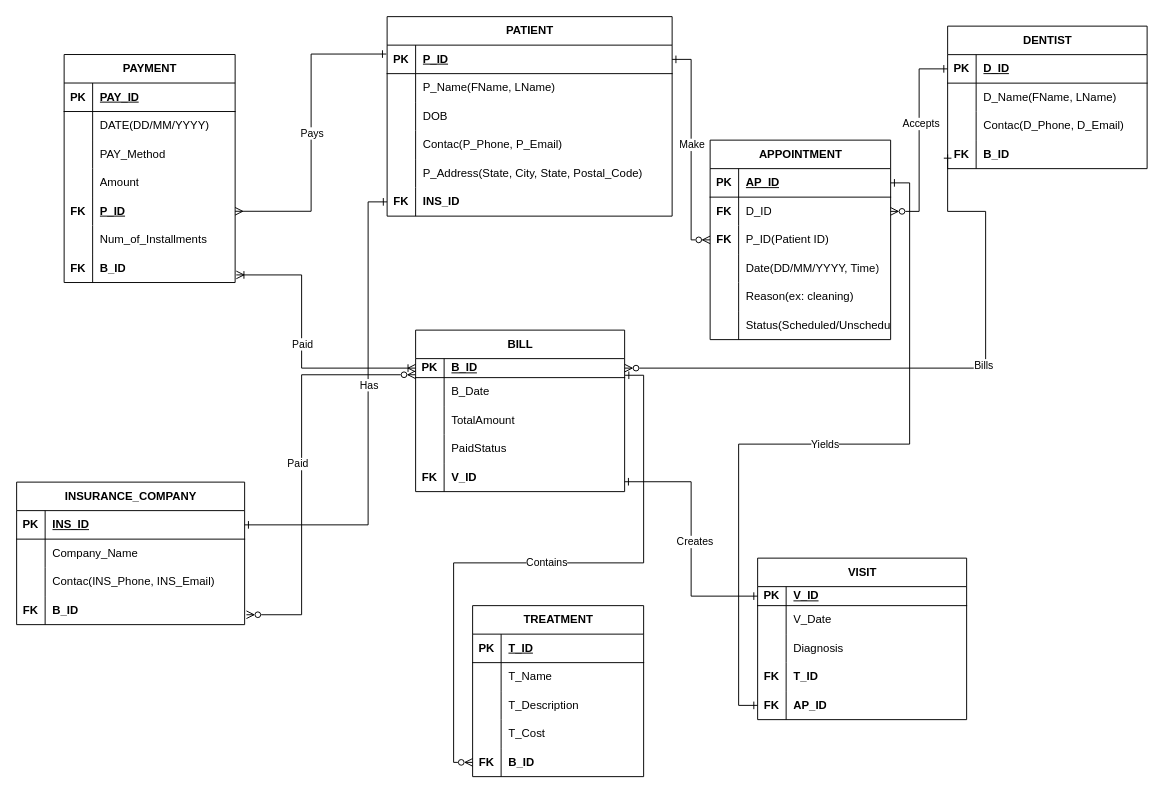
Varshiha/Database_Project keeps this draw.io diagram as Untitled Diagram.drawio. Above is the earlier version. Source tidied: cells renumbered, new cells numbered last; positions are measured from the earlier drawing's top-left corner, leaving out a move shared by most shapes. Both pictures are drawn from the tidied source at 95%, with x=0, y=0 at pixel (16, 16).
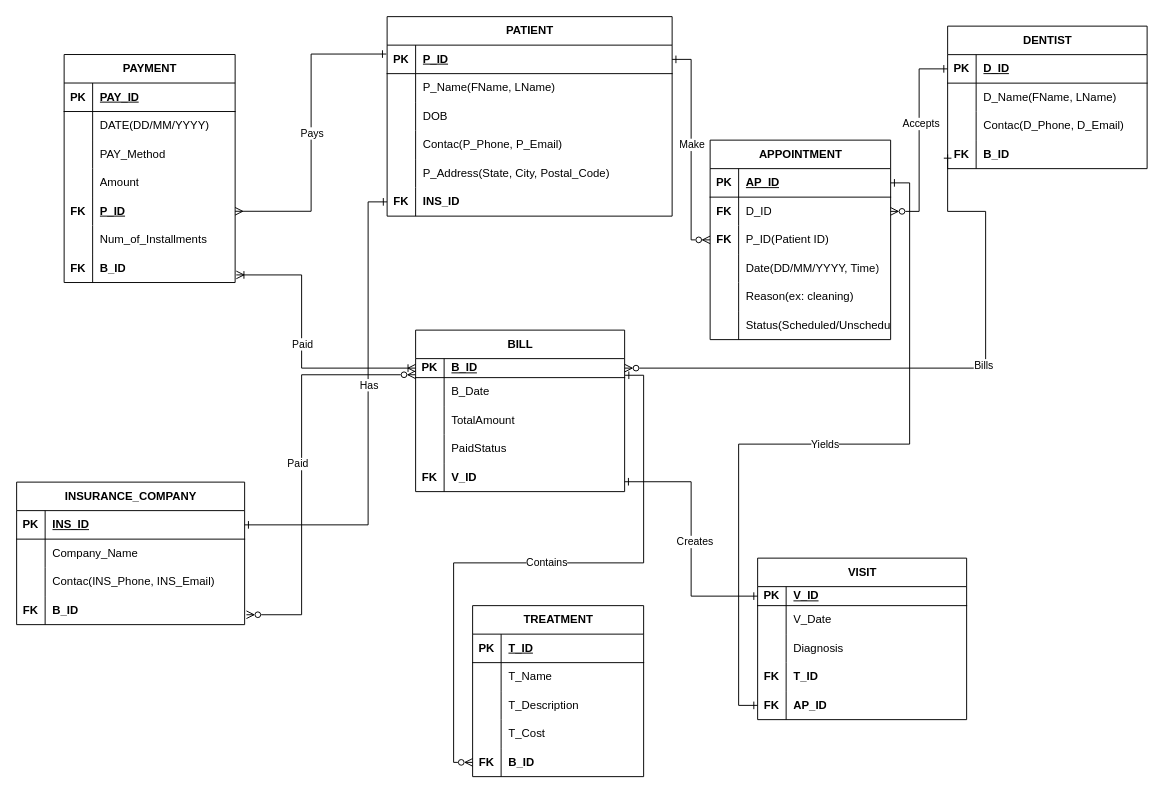
The same page after the edit.

The change refers to these unchanged cells:
```xml
<mxCell id="15" style="shape=tableRow;horizontal=0;startSize=0;swimlaneHead=0;swimlaneBody=0;fillColor=none;top=0;left=0;right=0;bottom=0;strokeColor=default;align=center;verticalAlign=middle;fontFamily=Helvetica;fontSize=12;fontColor=default;fontStyle=1;" parent="2" vertex="1">
  <mxGeometry y="150" width="300" height="30" as="geometry" />
</mxCell>
```

Change to the diagram source:
```diff
@@
-    <mxCell id="17" value="&lt;span style=&quot;font-weight: 400;&quot;&gt;P_Address(State, City, State, Postal_Code)&lt;/span&gt;" style="shape=partialRectangle;fillColor=none;top=0;left=0;bottom=0;right=0;align=left;spacingLeft=6;overflow=hidden;whiteSpace=wrap;html=1;strokeColor=default;verticalAlign=middle;fontFamily=Helvetica;fontSize=12;fontColor=default;fontStyle=1;" parent="15" vertex="1">
+    <mxCell id="17" value="&lt;span style=&quot;font-weight: 400;&quot;&gt;P_Address(State, City, Postal_Code)&lt;/span&gt;" style="shape=partialRectangle;fillColor=none;top=0;left=0;bottom=0;right=0;align=left;spacingLeft=6;overflow=hidden;whiteSpace=wrap;html=1;strokeColor=default;verticalAlign=middle;fontFamily=Helvetica;fontSize=12;fontColor=default;fontStyle=1;" parent="15" vertex="1">
       <mxGeometry x="30" width="270" height="30" as="geometry" />
     </mxCell>
```
